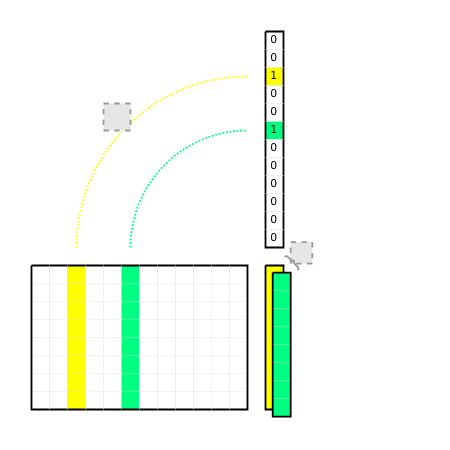
This is docs/img/mvs.drawio from official-stockfish/nnue-pytorch, a draw.io file, before an edit. Source tidied: cells renumbered, new cells numbered last; positions are measured from the earlier drawing's top-left corner, leaving out a move shared by most shapes. Both pictures are drawn from the tidied source at 180%, with x=0, y=0 at pixel (31, 31). Pictures stored in the file or linked from it are replaced by grey dashed boxes.
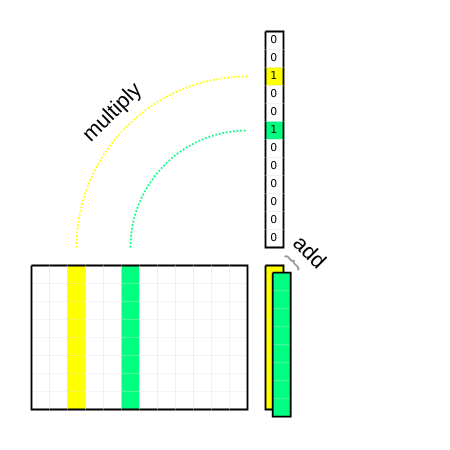
The same diagram, later.

Change to the diagram source:
```diff
@@
-    <mxCell id="30" style="fillColor=#E6E6E6;strokeColor=#999999;dashed=1;html=1;verticalAlign=top;verticalLabelPosition=bottom;labelBackgroundColor=#ffffff;fontSize=6;" parent="1" vertex="1">
-      <mxGeometry x="144" y="117" width="12" height="12" as="geometry" />
-    </mxCell>
-    <mxCell id="31" style="fillColor=#E6E6E6;strokeColor=#999999;dashed=1;html=1;verticalAlign=top;verticalLabelPosition=bottom;labelBackgroundColor=#ffffff;fontSize=6;" parent="1" vertex="1">
-      <mxGeometry x="40" y="40" width="15" height="15" as="geometry" />
-    </mxCell>
@@
+    <mxCell id="45" value="add" style="text;html=1;strokeColor=none;fillColor=none;align=center;verticalAlign=middle;whiteSpace=wrap;rounded=0;rotation=45;" parent="1" vertex="1">
+      <mxGeometry x="125" y="108" width="60" height="30" as="geometry" />
+    </mxCell>
+    <mxCell id="46" value="multiply" style="text;html=1;strokeColor=none;fillColor=none;align=center;verticalAlign=middle;whiteSpace=wrap;rounded=0;rotation=-45;" parent="1" vertex="1">
+      <mxGeometry x="15" y="30" width="60" height="30" as="geometry" />
+    </mxCell>
```
